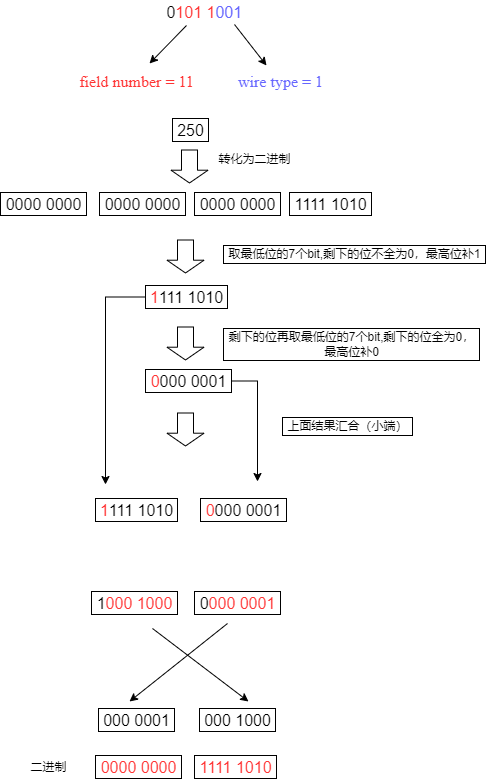
Above: protobuf/demo1.png in sihaibao/note (draw.io), before the change. Source tidied: cells renumbered, new cells last; positions are measured from the earlier drawing's top-left corner, leaving out a move shared by most shapes.
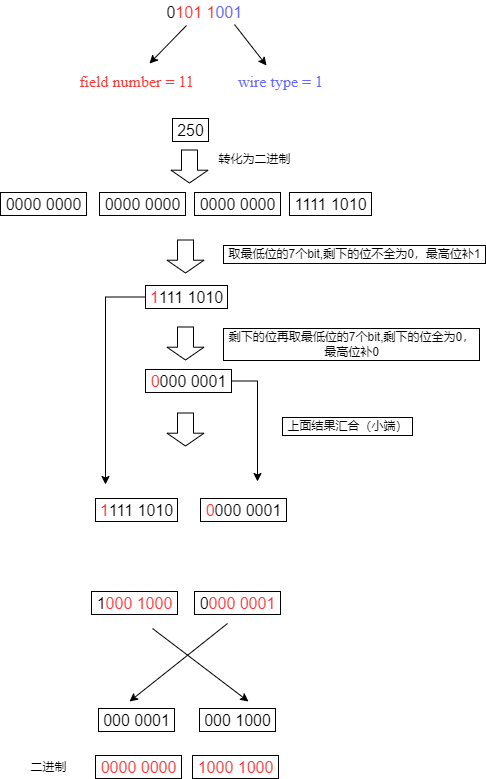
Above is the later version.

Diff of the diagram source:
```diff
@@ -123,8 +123,8 @@
     <mxCell id="32" value="000 1000" style="text;html=1;align=center;verticalAlign=middle;strokeColor=default;fillColor=none;fontSize=16;" parent="1" vertex="1">
       <mxGeometry x="199" y="708" width="76" height="23" as="geometry" />
     </mxCell>
-    <mxCell id="33" value="&lt;font color=&quot;#ff3333&quot;&gt;1111 1010&lt;/font&gt;" style="text;html=1;align=center;verticalAlign=middle;strokeColor=default;fillColor=none;fontSize=16;" parent="1" vertex="1">
-      <mxGeometry x="194" y="755" width="82" height="23" as="geometry" />
+    <mxCell id="33" value="&lt;font color=&quot;#ff3333&quot;&gt;1000 1000&lt;/font&gt;" style="text;html=1;align=center;verticalAlign=middle;strokeColor=default;fillColor=none;fontSize=16;" parent="1" vertex="1">
+      <mxGeometry x="192" y="755" width="86" height="23" as="geometry" />
     </mxCell>
     <mxCell id="34" value="&lt;font color=&quot;#ff3333&quot;&gt;0000 0000&lt;/font&gt;" style="text;html=1;align=center;verticalAlign=middle;strokeColor=default;fillColor=none;fontSize=16;" parent="1" vertex="1">
       <mxGeometry x="95" y="755" width="86" height="23" as="geometry" />
```
